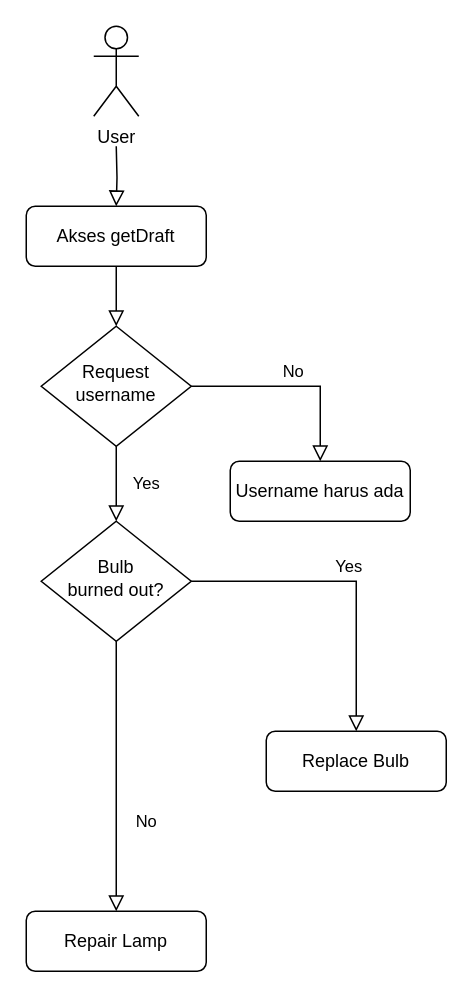
alifatur323/intern-bootcamp-bri keeps this draw.io diagram as page "Page-1" (1 of 2) of Flowchart FInal Project.drawio. Above is the earlier version. Source tidied: cells renumbered, new cells numbered last; positions are measured from the earlier drawing's top-left corner, leaving out a move shared by most shapes. Both pictures are drawn from the tidied source at 150%, with x=0, y=0 at pixel (26, 26).
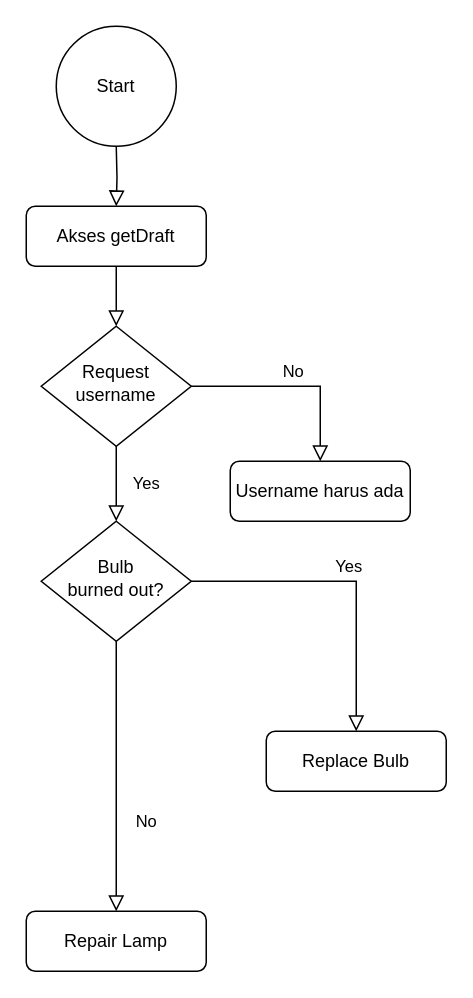
The same diagram, later.

The edit, as a diff of the source:
```diff
@@
 <mxGraphModel>
   <root>
     <mxCell id="0" />
     <mxCell id="1" parent="0" />
     <mxCell id="2" style="rounded=0;html=1;jettySize=auto;fontSize=11;endArrow=block;endFill=0;endSize=8;strokeWidth=1;shadow=0;labelBackgroundColor=none;edgeStyle=orthogonalEdgeStyle;" parent="1" edge="1" source="3" target="6">
       <mxGeometry relative="1" as="geometry" />
     </mxCell>
     <mxCell id="3" value="Akses getDraft" style="rounded=1;whiteSpace=wrap;html=1;fontSize=12;glass=0;strokeWidth=1;shadow=0;" parent="1" vertex="1">
       <mxGeometry y="120" width="120" height="40" as="geometry" />
     </mxCell>
     <mxCell id="4" value="Yes" style="rounded=0;html=1;jettySize=auto;fontSize=11;endArrow=block;endFill=0;endSize=8;strokeWidth=1;shadow=0;labelBackgroundColor=none;edgeStyle=orthogonalEdgeStyle;" parent="1" edge="1" source="6" target="10">
       <mxGeometry y="20" relative="1" as="geometry" />
     </mxCell>
     <mxCell id="5" value="No" style="edgeStyle=orthogonalEdgeStyle;rounded=0;html=1;jettySize=auto;fontSize=11;endArrow=block;endFill=0;endSize=8;strokeWidth=1;shadow=0;labelBackgroundColor=none;" parent="1" edge="1" source="6" target="7">
       <mxGeometry y="10" relative="1" as="geometry" />
     </mxCell>
     <mxCell id="6" value="Request username" style="rhombus;whiteSpace=wrap;html=1;shadow=0;fontFamily=Helvetica;fontSize=12;align=center;strokeWidth=1;spacing=6;spacingTop=-4;" parent="1" vertex="1">
       <mxGeometry x="10" y="200" width="100" height="80" as="geometry" />
     </mxCell>
     <mxCell id="7" value="Username harus ada" style="rounded=1;whiteSpace=wrap;html=1;fontSize=12;glass=0;strokeWidth=1;shadow=0;" parent="1" vertex="1">
       <mxGeometry x="136" y="290" width="120" height="40" as="geometry" />
     </mxCell>
     <mxCell id="8" value="No" style="rounded=0;html=1;jettySize=auto;fontSize=11;endArrow=block;endFill=0;endSize=8;strokeWidth=1;shadow=0;labelBackgroundColor=none;edgeStyle=orthogonalEdgeStyle;" parent="1" edge="1" source="10" target="11">
       <mxGeometry x="0.33" y="20" relative="1" as="geometry" />
     </mxCell>
     <mxCell id="9" value="Yes" style="edgeStyle=orthogonalEdgeStyle;rounded=0;html=1;jettySize=auto;fontSize=11;endArrow=block;endFill=0;endSize=8;strokeWidth=1;shadow=0;labelBackgroundColor=none;" parent="1" edge="1" source="10" target="12">
       <mxGeometry y="10" relative="1" as="geometry" />
     </mxCell>
     <mxCell id="10" value="Bulb&lt;br&gt;burned out?" style="rhombus;whiteSpace=wrap;html=1;shadow=0;fontFamily=Helvetica;fontSize=12;align=center;strokeWidth=1;spacing=6;spacingTop=-4;" parent="1" vertex="1">
       <mxGeometry x="10" y="330" width="100" height="80" as="geometry" />
     </mxCell>
     <mxCell id="11" value="Repair Lamp" style="rounded=1;whiteSpace=wrap;html=1;fontSize=12;glass=0;strokeWidth=1;shadow=0;" parent="1" vertex="1">
       <mxGeometry y="590" width="120" height="40" as="geometry" />
     </mxCell>
     <mxCell id="12" value="Replace Bulb" style="rounded=1;whiteSpace=wrap;html=1;fontSize=12;glass=0;strokeWidth=1;shadow=0;" parent="1" vertex="1">
       <mxGeometry x="160" y="470" width="120" height="40" as="geometry" />
     </mxCell>
-    <mxCell id="13" value="User" style="shape=umlActor;verticalLabelPosition=bottom;verticalAlign=top;html=1;" parent="1" vertex="1">
-      <mxGeometry x="45" width="30" height="60" as="geometry" />
-    </mxCell>
     <mxCell id="14" style="rounded=0;html=1;jettySize=auto;fontSize=11;endArrow=block;endFill=0;endSize=8;strokeWidth=1;shadow=0;labelBackgroundColor=none;edgeStyle=orthogonalEdgeStyle;entryX=0.5;entryY=0;entryDx=0;entryDy=0;" parent="1" edge="1" target="3">
       <mxGeometry relative="1" as="geometry">
         <mxPoint x="60" y="80" as="sourcePoint" />
       </mxGeometry>
     </mxCell>
+    <mxCell id="15" value="Start" style="ellipse;whiteSpace=wrap;html=1;" parent="1" vertex="1">
+      <mxGeometry x="20" width="80" height="80" as="geometry" />
+    </mxCell>
   </root>
 </mxGraphModel>
```
